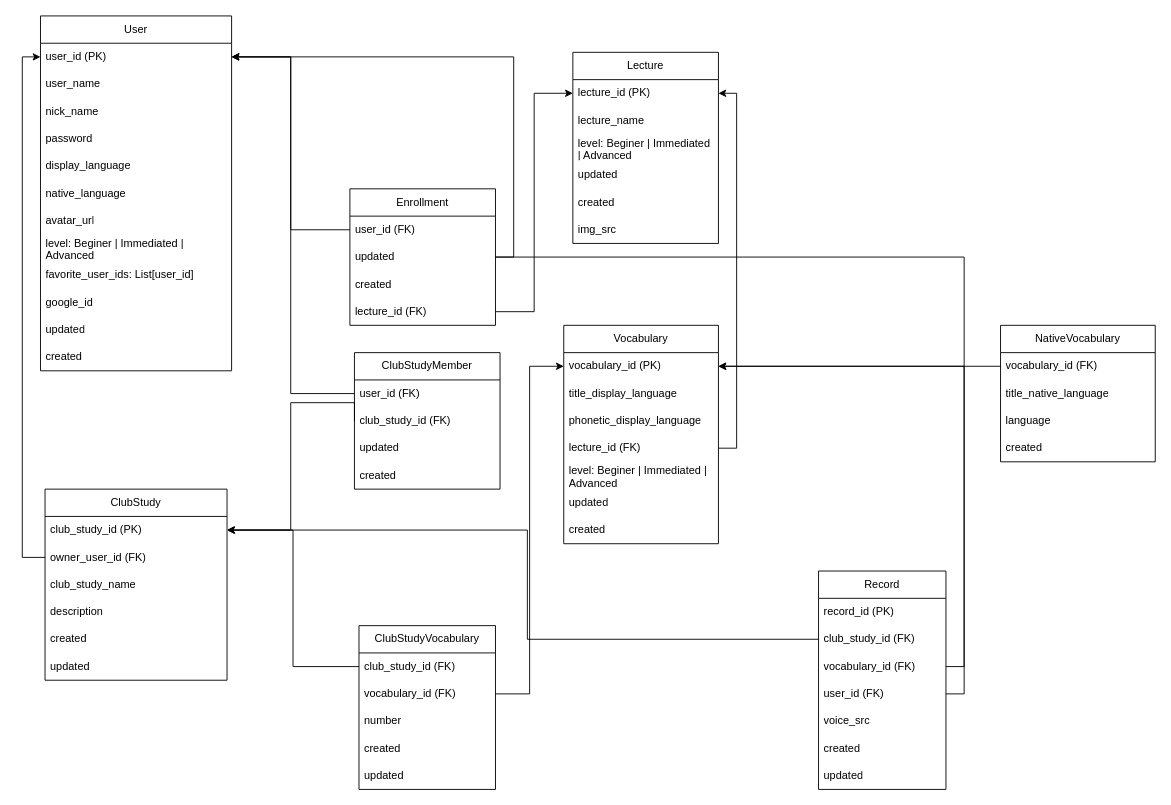
The draw.io diagram docs/db-scheme.dio in dudaji-vn/my-english-accent-webapp, before the edit. Source tidied: cells renumbered, new cells numbered last; positions are measured from the earlier drawing's top-left corner, leaving out a move shared by most shapes. Both pictures are drawn from the tidied source at 91%, with x=0, y=0 at pixel (40, 15).
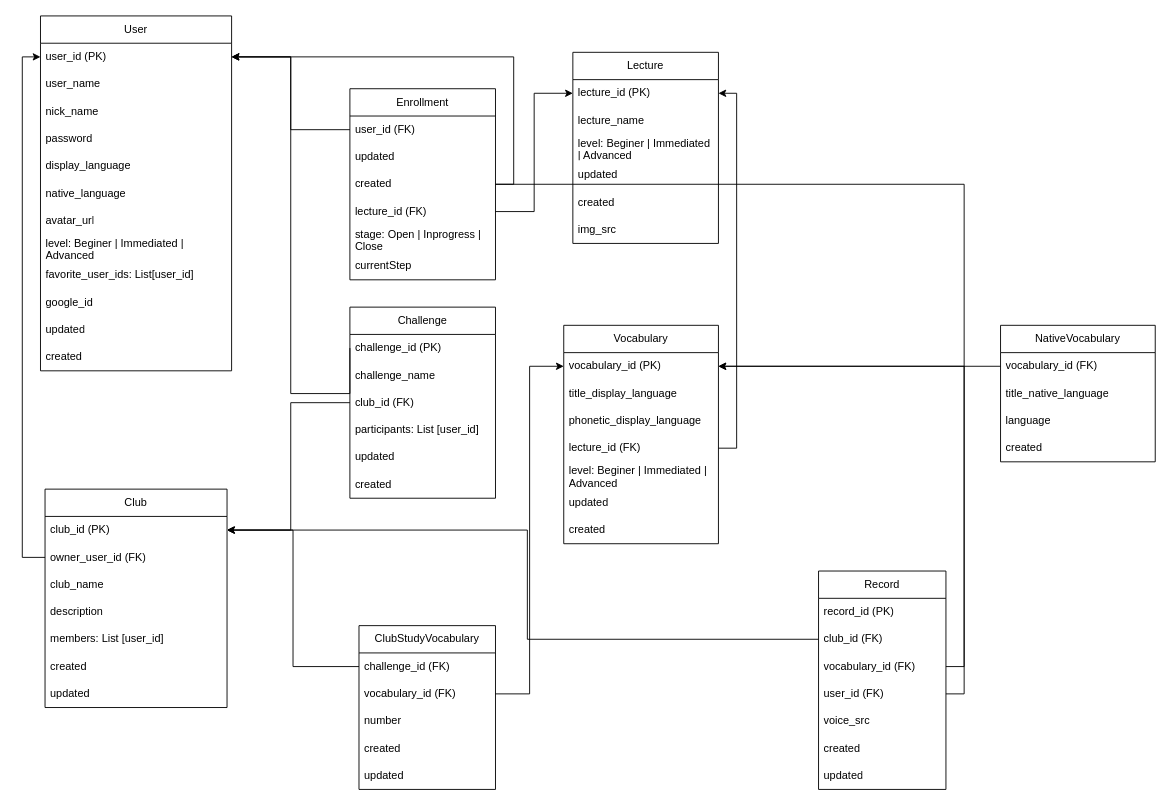
After the change.

The change refers to these unchanged cells:
```xml
<mxCell id="43" value="ClubStudyVocabulary" style="swimlane;fontStyle=0;horizontal=1;startSize=30;whiteSpace=wrap;html=1;" parent="1" vertex="1">
  <mxGeometry x="350" y="670" width="150" height="180" as="geometry" />
</mxCell>
<mxCell id="54" value="Record" style="swimlane;fontStyle=0;horizontal=1;startSize=30;whiteSpace=wrap;html=1;" parent="1" vertex="1">
  <mxGeometry x="855" y="610" width="140" height="240" as="geometry" />
</mxCell>
```

What changed in the source:
```diff
@@
-    <mxCell id="30" value="ClubStudy" style="swimlane;fontStyle=0;horizontal=1;startSize=30;whiteSpace=wrap;html=1;" parent="1" vertex="1">
-      <mxGeometry x="5" y="520" width="200" height="210" as="geometry" />
+    <mxCell id="30" value="Club" style="swimlane;fontStyle=0;horizontal=1;startSize=30;whiteSpace=wrap;html=1;" parent="1" vertex="1">
+      <mxGeometry x="5" y="520" width="200" height="240" as="geometry" />
     </mxCell>
-    <mxCell id="31" value="club_study_id&amp;nbsp;(PK)" style="text;strokeColor=none;fillColor=none;align=left;verticalAlign=middle;spacingLeft=4;spacingRight=4;overflow=hidden;points=[[0,0.5],[1,0.5]];portConstraint=eastwest;whiteSpace=wrap;html=1;" parent="30" vertex="1">
+    <mxCell id="31" value="club_id (PK)" style="text;strokeColor=none;fillColor=none;align=left;verticalAlign=middle;spacingLeft=4;spacingRight=4;overflow=hidden;points=[[0,0.5],[1,0.5]];portConstraint=eastwest;whiteSpace=wrap;html=1;" parent="30" vertex="1">
       <mxGeometry y="30" width="200" height="30" as="geometry" />
     </mxCell>
@@
-    <mxCell id="33" value="club_study_name" style="text;strokeColor=none;fillColor=none;align=left;verticalAlign=middle;spacingLeft=4;spacingRight=4;overflow=hidden;whiteSpace=wrap;html=1;" parent="30" vertex="1">
+    <mxCell id="33" value="club_name" style="text;strokeColor=none;fillColor=none;align=left;verticalAlign=middle;spacingLeft=4;spacingRight=4;overflow=hidden;whiteSpace=wrap;html=1;" parent="30" vertex="1">
       <mxGeometry y="90" width="200" height="30" as="geometry" />
     </mxCell>
@@
+    <mxCell id="79" value="members: List [user_id]" style="text;strokeColor=none;fillColor=none;align=left;verticalAlign=middle;spacingLeft=4;spacingRight=4;overflow=hidden;whiteSpace=wrap;html=1;" parent="30" vertex="1">
+      <mxGeometry y="150" width="200" height="30" as="geometry" />
+    </mxCell>
     <mxCell id="35" value="created" style="text;strokeColor=none;fillColor=none;align=left;verticalAlign=middle;spacingLeft=4;spacingRight=4;overflow=hidden;whiteSpace=wrap;html=1;" parent="30" vertex="1">
-      <mxGeometry y="150" width="200" height="30" as="geometry" />
+      <mxGeometry y="180" width="200" height="30" as="geometry" />
     </mxCell>
     <mxCell id="36" value="updated" style="text;strokeColor=none;fillColor=none;align=left;verticalAlign=middle;spacingLeft=4;spacingRight=4;overflow=hidden;whiteSpace=wrap;html=1;" parent="30" vertex="1">
-      <mxGeometry y="180" width="200" height="30" as="geometry" />
+      <mxGeometry y="210" width="200" height="30" as="geometry" />
     </mxCell>
@@
-    <mxCell id="38" value="ClubStudyMember" style="swimlane;fontStyle=0;horizontal=1;startSize=30;whiteSpace=wrap;html=1;" parent="1" vertex="1">
-      <mxGeometry x="345" y="370" width="160" height="150" as="geometry" />
+    <mxCell id="38" value="Challenge" style="swimlane;fontStyle=0;horizontal=1;startSize=30;whiteSpace=wrap;html=1;" parent="1" vertex="1">
+      <mxGeometry x="340" y="320" width="160" height="210" as="geometry" />
     </mxCell>
-    <mxCell id="39" value="user_id (FK)" style="text;strokeColor=none;fillColor=none;align=left;verticalAlign=middle;spacingLeft=4;spacingRight=4;overflow=hidden;points=[[0,0.5],[1,0.5]];portConstraint=eastwest;whiteSpace=wrap;html=1;" parent="38" vertex="1">
+    <mxCell id="39" value="challenge_id (PK)" style="text;strokeColor=none;fillColor=none;align=left;verticalAlign=middle;spacingLeft=4;spacingRight=4;overflow=hidden;points=[[0,0.5],[1,0.5]];portConstraint=eastwest;whiteSpace=wrap;html=1;" parent="38" vertex="1">
       <mxGeometry y="30" width="160" height="30" as="geometry" />
     </mxCell>
+    <mxCell id="80" value="challenge_name" style="text;strokeColor=none;fillColor=none;align=left;verticalAlign=middle;spacingLeft=4;spacingRight=4;overflow=hidden;whiteSpace=wrap;html=1;" parent="38" vertex="1">
+      <mxGeometry y="60" width="160" height="30" as="geometry" />
+    </mxCell>
-    <mxCell id="40" value="club_study_id (FK)" style="text;strokeColor=none;fillColor=none;align=left;verticalAlign=middle;spacingLeft=4;spacingRight=4;overflow=hidden;points=[[0,0.5],[1,0.5]];portConstraint=eastwest;whiteSpace=wrap;html=1;" parent="38" vertex="1">
-      <mxGeometry y="60" width="160" height="30" as="geometry" />
+    <mxCell id="40" value="club_id (FK)" style="text;strokeColor=none;fillColor=none;align=left;verticalAlign=middle;spacingLeft=4;spacingRight=4;overflow=hidden;points=[[0,0.5],[1,0.5]];portConstraint=eastwest;whiteSpace=wrap;html=1;" parent="38" vertex="1">
+      <mxGeometry y="90" width="160" height="30" as="geometry" />
     </mxCell>
+    <mxCell id="81" value="participants: List [user_id]" style="text;strokeColor=none;fillColor=none;align=left;verticalAlign=middle;spacingLeft=4;spacingRight=4;overflow=hidden;whiteSpace=wrap;html=1;" parent="38" vertex="1">
+      <mxGeometry y="120" width="160" height="30" as="geometry" />
+    </mxCell>
     <mxCell id="41" value="updated" style="text;strokeColor=none;fillColor=none;align=left;verticalAlign=middle;spacingLeft=4;spacingRight=4;overflow=hidden;whiteSpace=wrap;html=1;" parent="38" vertex="1">
-      <mxGeometry y="90" width="160" height="30" as="geometry" />
+      <mxGeometry y="150" width="160" height="30" as="geometry" />
     </mxCell>
     <mxCell id="42" value="created" style="text;strokeColor=none;fillColor=none;align=left;verticalAlign=middle;spacingLeft=4;spacingRight=4;overflow=hidden;whiteSpace=wrap;html=1;" parent="38" vertex="1">
-      <mxGeometry y="120" width="160" height="30" as="geometry" />
+      <mxGeometry y="180" width="160" height="30" as="geometry" />
     </mxCell>
@@
-    <mxCell id="44" value="club_study_id (FK)" style="text;strokeColor=none;fillColor=none;align=left;verticalAlign=middle;spacingLeft=4;spacingRight=4;overflow=hidden;points=[[0,0.5],[1,0.5]];portConstraint=eastwest;whiteSpace=wrap;html=1;" parent="43" vertex="1">
+    <mxCell id="44" value="challenge_id (FK)" style="text;strokeColor=none;fillColor=none;align=left;verticalAlign=middle;spacingLeft=4;spacingRight=4;overflow=hidden;points=[[0,0.5],[1,0.5]];portConstraint=eastwest;whiteSpace=wrap;html=1;" parent="43" vertex="1">
       <mxGeometry y="30" width="150" height="30" as="geometry" />
     </mxCell>
@@
-    <mxCell id="56" value="club_study_id (FK)" style="text;strokeColor=none;fillColor=none;align=left;verticalAlign=middle;spacingLeft=4;spacingRight=4;overflow=hidden;points=[[0,0.5],[1,0.5]];portConstraint=eastwest;whiteSpace=wrap;html=1;" parent="54" vertex="1">
+    <mxCell id="56" value="club_id (FK)" style="text;strokeColor=none;fillColor=none;align=left;verticalAlign=middle;spacingLeft=4;spacingRight=4;overflow=hidden;points=[[0,0.5],[1,0.5]];portConstraint=eastwest;whiteSpace=wrap;html=1;" parent="54" vertex="1">
       <mxGeometry y="60" width="140" height="30" as="geometry" />
     </mxCell>
@@
     <mxCell id="68" value="Enrollment" style="swimlane;fontStyle=0;horizontal=1;startSize=30;whiteSpace=wrap;html=1;" parent="1" vertex="1">
-      <mxGeometry x="340" y="190" width="160" height="150" as="geometry" />
+      <mxGeometry x="340" y="80" width="160" height="210" as="geometry" />
     </mxCell>
@@
+    <mxCell id="82" value="stage: Open | Inprogress | Close" style="text;strokeColor=none;fillColor=none;align=left;verticalAlign=middle;spacingLeft=4;spacingRight=4;overflow=hidden;whiteSpace=wrap;html=1;" parent="68" vertex="1">
+      <mxGeometry y="150" width="160" height="30" as="geometry" />
+    </mxCell>
+    <mxCell id="83" value="currentStep" style="text;strokeColor=none;fillColor=none;align=left;verticalAlign=middle;spacingLeft=4;spacingRight=4;overflow=hidden;whiteSpace=wrap;html=1;" parent="68" vertex="1">
+      <mxGeometry y="180" width="160" height="30" as="geometry" />
+    </mxCell>
```
